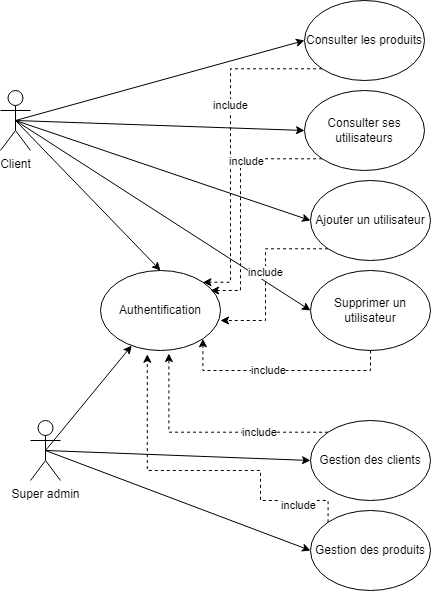
The draw.io diagram diagrams/Diagramme cas d'utilisation.drawio.png in marleneLG/BileMo, before a commit. Source tidied: cells renumbered, new cells last; positions are measured from the earlier drawing's top-left corner, leaving out a move shared by most shapes. Its diagram source:
```xml
<mxGraphModel>
  <root>
    <mxCell id="0" />
    <mxCell id="1" parent="0" />
    <mxCell id="2" value="Authentification" style="ellipse;whiteSpace=wrap;html=1;" parent="1" vertex="1">
      <mxGeometry x="100" y="270" width="120" height="80" as="geometry" />
    </mxCell>
    <mxCell id="3" style="rounded=0;jettySize=auto;html=1;exitX=0.5;exitY=0.5;exitDx=0;exitDy=0;exitPerimeter=0;entryX=0.5;entryY=0;entryDx=0;entryDy=0;strokeColor=default;" parent="1" edge="1" source="8" target="2">
      <mxGeometry relative="1" as="geometry" />
    </mxCell>
    <mxCell id="4" style="edgeStyle=none;rounded=0;jettySize=auto;html=1;exitX=0.5;exitY=0.5;exitDx=0;exitDy=0;exitPerimeter=0;entryX=0;entryY=0.5;entryDx=0;entryDy=0;strokeColor=default;" parent="1" edge="1" source="8" target="15">
      <mxGeometry relative="1" as="geometry" />
    </mxCell>
    <mxCell id="5" style="edgeStyle=none;rounded=0;jettySize=auto;html=1;exitX=0.5;exitY=0.5;exitDx=0;exitDy=0;exitPerimeter=0;entryX=0;entryY=0.5;entryDx=0;entryDy=0;strokeColor=default;" parent="1" edge="1" source="8" target="18">
      <mxGeometry relative="1" as="geometry" />
    </mxCell>
    <mxCell id="6" style="edgeStyle=none;rounded=0;jettySize=auto;html=1;exitX=0.5;exitY=0.5;exitDx=0;exitDy=0;exitPerimeter=0;entryX=0;entryY=0.5;entryDx=0;entryDy=0;strokeColor=default;" parent="1" edge="1" source="8" target="21">
      <mxGeometry relative="1" as="geometry" />
    </mxCell>
    <mxCell id="7" style="edgeStyle=none;rounded=0;jettySize=auto;html=1;exitX=0.5;exitY=0.5;exitDx=0;exitDy=0;exitPerimeter=0;entryX=0;entryY=0.5;entryDx=0;entryDy=0;strokeColor=default;" parent="1" edge="1" source="8" target="24">
      <mxGeometry relative="1" as="geometry" />
    </mxCell>
    <mxCell id="8" value="Client" style="shape=umlActor;verticalLabelPosition=bottom;verticalAlign=top;html=1;outlineConnect=0;" parent="1" vertex="1">
      <mxGeometry y="90" width="30" height="60" as="geometry" />
    </mxCell>
    <mxCell id="9" style="edgeStyle=none;rounded=0;jettySize=auto;html=1;exitX=0.5;exitY=0.5;exitDx=0;exitDy=0;exitPerimeter=0;entryX=0;entryY=0.5;entryDx=0;entryDy=0;strokeColor=default;" parent="1" edge="1" source="12" target="27">
      <mxGeometry relative="1" as="geometry" />
    </mxCell>
    <mxCell id="10" style="edgeStyle=none;rounded=0;jettySize=auto;html=1;exitX=0.5;exitY=0.5;exitDx=0;exitDy=0;exitPerimeter=0;entryX=0;entryY=0.5;entryDx=0;entryDy=0;strokeColor=default;" parent="1" edge="1" source="12" target="30">
      <mxGeometry relative="1" as="geometry" />
    </mxCell>
    <mxCell id="11" style="edgeStyle=none;rounded=0;jettySize=auto;html=1;exitX=0.5;exitY=0.5;exitDx=0;exitDy=0;exitPerimeter=0;strokeColor=default;" parent="1" edge="1" source="12" target="2">
      <mxGeometry relative="1" as="geometry" />
    </mxCell>
    <mxCell id="12" value="Super admin" style="shape=umlActor;verticalLabelPosition=bottom;verticalAlign=top;html=1;outlineConnect=0;" parent="1" vertex="1">
      <mxGeometry x="30" y="420" width="30" height="60" as="geometry" />
    </mxCell>
    <mxCell id="13" style="edgeStyle=orthogonalEdgeStyle;rounded=0;jettySize=auto;html=1;exitX=0;exitY=1;exitDx=0;exitDy=0;entryX=1;entryY=0;entryDx=0;entryDy=0;dashed=1;strokeColor=default;" parent="1" edge="1" source="15" target="2">
      <mxGeometry relative="1" as="geometry">
        <Array as="points">
          <mxPoint x="230" y="68" />
          <mxPoint x="230" y="282" />
        </Array>
      </mxGeometry>
    </mxCell>
    <mxCell id="14" value="include" style="edgeLabel;html=1;align=center;verticalAlign=middle;" parent="13" vertex="1">
      <mxGeometry x="-0.23" y="-1" relative="1" as="geometry" />
    </mxCell>
    <mxCell id="15" value="Consulter les produits" style="ellipse;whiteSpace=wrap;html=1;" parent="1" vertex="1">
      <mxGeometry x="304" width="120" height="80" as="geometry" />
    </mxCell>
    <mxCell id="16" style="edgeStyle=orthogonalEdgeStyle;rounded=0;jettySize=auto;html=1;exitX=0;exitY=1;exitDx=0;exitDy=0;entryX=0.917;entryY=0.25;entryDx=0;entryDy=0;entryPerimeter=0;dashed=1;strokeColor=default;" parent="1" edge="1" source="18" target="2">
      <mxGeometry relative="1" as="geometry">
        <Array as="points">
          <mxPoint x="240" y="158" />
          <mxPoint x="240" y="290" />
        </Array>
      </mxGeometry>
    </mxCell>
    <mxCell id="17" value="include" style="edgeLabel;html=1;align=center;verticalAlign=middle;" parent="16" vertex="1">
      <mxGeometry x="-0.37" y="2" relative="1" as="geometry" />
    </mxCell>
    <mxCell id="18" value="Consulter ses utilisateurs" style="ellipse;whiteSpace=wrap;html=1;" parent="1" vertex="1">
      <mxGeometry x="304" y="90" width="120" height="80" as="geometry" />
    </mxCell>
    <mxCell id="19" style="edgeStyle=orthogonalEdgeStyle;rounded=0;jettySize=auto;html=1;exitX=0;exitY=1;exitDx=0;exitDy=0;entryX=1;entryY=0.625;entryDx=0;entryDy=0;entryPerimeter=0;dashed=1;strokeColor=default;" parent="1" edge="1" source="21" target="2">
      <mxGeometry relative="1" as="geometry" />
    </mxCell>
    <mxCell id="20" value="include" style="edgeLabel;html=1;align=center;verticalAlign=middle;" parent="19" vertex="1">
      <mxGeometry x="-0.04" y="-1" relative="1" as="geometry" />
    </mxCell>
    <mxCell id="21" value="Ajouter un utilisateur" style="ellipse;whiteSpace=wrap;html=1;" parent="1" vertex="1">
      <mxGeometry x="310" y="180" width="120" height="80" as="geometry" />
    </mxCell>
    <mxCell id="22" style="edgeStyle=orthogonalEdgeStyle;rounded=0;jettySize=auto;html=1;exitX=0.5;exitY=1;exitDx=0;exitDy=0;entryX=1;entryY=1;entryDx=0;entryDy=0;dashed=1;strokeColor=default;" parent="1" edge="1" source="24" target="2">
      <mxGeometry relative="1" as="geometry">
        <Array as="points">
          <mxPoint x="370" y="370" />
          <mxPoint x="202" y="370" />
        </Array>
      </mxGeometry>
    </mxCell>
    <mxCell id="23" value="include" style="edgeLabel;html=1;align=center;verticalAlign=middle;" parent="22" vertex="1">
      <mxGeometry x="0.13" y="-1" relative="1" as="geometry" />
    </mxCell>
    <mxCell id="24" value="Supprimer un utilisateur" style="ellipse;whiteSpace=wrap;html=1;" parent="1" vertex="1">
      <mxGeometry x="310" y="270" width="120" height="80" as="geometry" />
    </mxCell>
    <mxCell id="25" style="edgeStyle=orthogonalEdgeStyle;rounded=0;jettySize=auto;html=1;exitX=0;exitY=0;exitDx=0;exitDy=0;entryX=0.57;entryY=1.038;entryDx=0;entryDy=0;entryPerimeter=0;dashed=1;strokeColor=default;" parent="1" edge="1" source="27" target="2">
      <mxGeometry relative="1" as="geometry" />
    </mxCell>
    <mxCell id="26" value="include" style="edgeLabel;html=1;align=center;verticalAlign=middle;" parent="25" vertex="1">
      <mxGeometry x="-0.42" relative="1" as="geometry" />
    </mxCell>
    <mxCell id="27" value="Gestion des clients" style="ellipse;whiteSpace=wrap;html=1;" parent="1" vertex="1">
      <mxGeometry x="310" y="420" width="120" height="80" as="geometry" />
    </mxCell>
    <mxCell id="28" style="edgeStyle=orthogonalEdgeStyle;rounded=0;jettySize=auto;html=1;exitX=0;exitY=0;exitDx=0;exitDy=0;entryX=0.39;entryY=1.047;entryDx=0;entryDy=0;entryPerimeter=0;dashed=1;strokeColor=default;" parent="1" edge="1" source="30" target="2">
      <mxGeometry relative="1" as="geometry">
        <Array as="points">
          <mxPoint x="328" y="500" />
          <mxPoint x="260" y="500" />
          <mxPoint x="260" y="470" />
          <mxPoint x="147" y="470" />
        </Array>
      </mxGeometry>
    </mxCell>
    <mxCell id="29" value="include" style="edgeLabel;html=1;align=center;verticalAlign=middle;" parent="28" vertex="1">
      <mxGeometry x="-0.7" y="4" relative="1" as="geometry" />
    </mxCell>
    <mxCell id="30" value="Gestion des produits" style="ellipse;whiteSpace=wrap;html=1;" parent="1" vertex="1">
      <mxGeometry x="310" y="510" width="120" height="80" as="geometry" />
    </mxCell>
  </root>
</mxGraphModel>
```
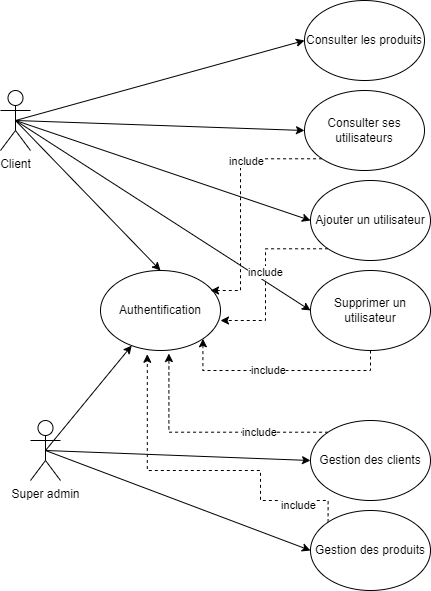
Above is the later version.

Commit message:
diagram modification

Change to the diagram source:
```diff
@@ -35,17 +35,6 @@
     <mxCell id="12" value="Super admin" style="shape=umlActor;verticalLabelPosition=bottom;verticalAlign=top;html=1;outlineConnect=0;" parent="1" vertex="1">
       <mxGeometry x="30" y="420" width="30" height="60" as="geometry" />
     </mxCell>
-    <mxCell id="13" style="edgeStyle=orthogonalEdgeStyle;rounded=0;jettySize=auto;html=1;exitX=0;exitY=1;exitDx=0;exitDy=0;entryX=1;entryY=0;entryDx=0;entryDy=0;dashed=1;strokeColor=default;" parent="1" edge="1" source="15" target="2">
-      <mxGeometry relative="1" as="geometry">
-        <Array as="points">
-          <mxPoint x="230" y="68" />
-          <mxPoint x="230" y="282" />
-        </Array>
-      </mxGeometry>
-    </mxCell>
-    <mxCell id="14" value="include" style="edgeLabel;html=1;align=center;verticalAlign=middle;" parent="13" vertex="1">
-      <mxGeometry x="-0.23" y="-1" relative="1" as="geometry" />
-    </mxCell>
     <mxCell id="15" value="Consulter les produits" style="ellipse;whiteSpace=wrap;html=1;" parent="1" vertex="1">
       <mxGeometry x="304" width="120" height="80" as="geometry" />
     </mxCell>
```
